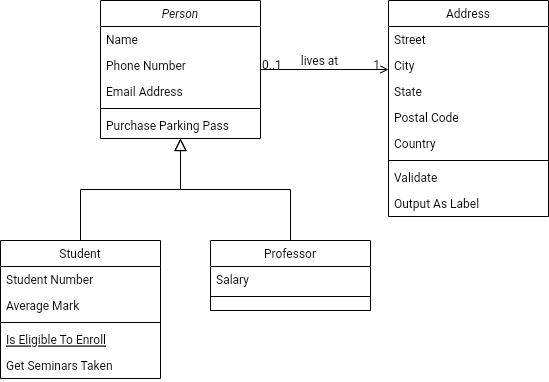
This is HNGx2UML.drawio.png from phurhard/HNGx2, a draw.io export, as it was before one commit. Source tidied: cells renumbered, new cells last; positions are measured from the earlier drawing's top-left corner, leaving out a move shared by most shapes.
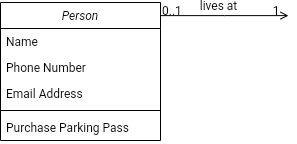
The same diagram one commit later.

The edit, as a diff of the source:
```diff
@@ -20,68 +20,9 @@
     <mxCell id="7" value="Purchase Parking Pass" style="text;align=left;verticalAlign=top;spacingLeft=4;spacingRight=4;overflow=hidden;" parent="2" vertex="1">
       <mxGeometry y="112" width="160" height="26" as="geometry" />
     </mxCell>
-    <mxCell id="8" value="Student" style="swimlane;fontStyle=0;align=center;verticalAlign=top;horizontal=1;startSize=26;rounded=0;shadow=0;strokeWidth=1;" parent="1" vertex="1">
-      <mxGeometry y="240" width="160" height="138" as="geometry" />
-    </mxCell>
-    <mxCell id="9" value="Student Number" style="text;align=left;verticalAlign=top;spacingLeft=4;spacingRight=4;overflow=hidden;" parent="8" vertex="1">
-      <mxGeometry y="26" width="160" height="26" as="geometry" />
-    </mxCell>
-    <mxCell id="10" value="Average Mark" style="text;align=left;verticalAlign=top;spacingLeft=4;spacingRight=4;overflow=hidden;rounded=0;shadow=0;html=0;" parent="8" vertex="1">
-      <mxGeometry y="52" width="160" height="26" as="geometry" />
-    </mxCell>
-    <mxCell id="11" style="line;html=1;strokeWidth=1;align=left;verticalAlign=middle;spacingTop=-1;spacingLeft=3;spacingRight=3;labelPosition=right;" parent="8" vertex="1">
-      <mxGeometry y="78" width="160" height="8" as="geometry" />
-    </mxCell>
-    <mxCell id="12" value="Is Eligible To Enroll" style="text;align=left;verticalAlign=top;spacingLeft=4;spacingRight=4;overflow=hidden;fontStyle=4;" parent="8" vertex="1">
-      <mxGeometry y="86" width="160" height="26" as="geometry" />
-    </mxCell>
-    <mxCell id="13" value="Get Seminars Taken" style="text;align=left;verticalAlign=top;spacingLeft=4;spacingRight=4;overflow=hidden;" parent="8" vertex="1">
-      <mxGeometry y="112" width="160" height="26" as="geometry" />
-    </mxCell>
-    <mxCell id="14" style="endArrow=block;endSize=10;endFill=0;shadow=0;strokeWidth=1;rounded=0;edgeStyle=elbowEdgeStyle;elbow=vertical;" parent="1" edge="1" source="8" target="2">
-      <mxGeometry relative="1" as="geometry" />
-    </mxCell>
-    <mxCell id="15" value="Professor" style="swimlane;fontStyle=0;align=center;verticalAlign=top;horizontal=1;startSize=26;rounded=0;shadow=0;strokeWidth=1;" parent="1" vertex="1">
-      <mxGeometry x="210" y="240" width="160" height="70" as="geometry" />
-    </mxCell>
-    <mxCell id="16" value="Salary" style="text;align=left;verticalAlign=top;spacingLeft=4;spacingRight=4;overflow=hidden;" parent="15" vertex="1">
-      <mxGeometry y="26" width="160" height="26" as="geometry" />
-    </mxCell>
-    <mxCell id="17" style="line;html=1;strokeWidth=1;align=left;verticalAlign=middle;spacingTop=-1;spacingLeft=3;spacingRight=3;labelPosition=right;" parent="15" vertex="1">
-      <mxGeometry y="52" width="160" height="8" as="geometry" />
-    </mxCell>
-    <mxCell id="18" style="endArrow=block;endSize=10;endFill=0;shadow=0;strokeWidth=1;rounded=0;edgeStyle=elbowEdgeStyle;elbow=vertical;" parent="1" edge="1" source="15" target="2">
-      <mxGeometry relative="1" as="geometry" />
-    </mxCell>
-    <mxCell id="19" value="Address" style="swimlane;fontStyle=0;align=center;verticalAlign=top;horizontal=1;startSize=26;rounded=0;shadow=0;strokeWidth=1;" parent="1" vertex="1">
-      <mxGeometry x="388" width="160" height="216" as="geometry" />
-    </mxCell>
-    <mxCell id="20" value="Street" style="text;align=left;verticalAlign=top;spacingLeft=4;spacingRight=4;overflow=hidden;" parent="19" vertex="1">
-      <mxGeometry y="26" width="160" height="26" as="geometry" />
-    </mxCell>
-    <mxCell id="21" value="City" style="text;align=left;verticalAlign=top;spacingLeft=4;spacingRight=4;overflow=hidden;rounded=0;shadow=0;html=0;" parent="19" vertex="1">
-      <mxGeometry y="52" width="160" height="26" as="geometry" />
-    </mxCell>
-    <mxCell id="22" value="State" style="text;align=left;verticalAlign=top;spacingLeft=4;spacingRight=4;overflow=hidden;rounded=0;shadow=0;html=0;" parent="19" vertex="1">
-      <mxGeometry y="78" width="160" height="26" as="geometry" />
-    </mxCell>
-    <mxCell id="23" value="Postal Code" style="text;align=left;verticalAlign=top;spacingLeft=4;spacingRight=4;overflow=hidden;rounded=0;shadow=0;html=0;" parent="19" vertex="1">
-      <mxGeometry y="104" width="160" height="26" as="geometry" />
-    </mxCell>
-    <mxCell id="24" value="Country" style="text;align=left;verticalAlign=top;spacingLeft=4;spacingRight=4;overflow=hidden;rounded=0;shadow=0;html=0;" parent="19" vertex="1">
-      <mxGeometry y="130" width="160" height="26" as="geometry" />
-    </mxCell>
-    <mxCell id="25" style="line;html=1;strokeWidth=1;align=left;verticalAlign=middle;spacingTop=-1;spacingLeft=3;spacingRight=3;labelPosition=right;" parent="19" vertex="1">
-      <mxGeometry y="156" width="160" height="8" as="geometry" />
-    </mxCell>
-    <mxCell id="26" value="Validate" style="text;align=left;verticalAlign=top;spacingLeft=4;spacingRight=4;overflow=hidden;" parent="19" vertex="1">
-      <mxGeometry y="164" width="160" height="26" as="geometry" />
-    </mxCell>
-    <mxCell id="27" value="Output As Label" style="text;align=left;verticalAlign=top;spacingLeft=4;spacingRight=4;overflow=hidden;" parent="19" vertex="1">
-      <mxGeometry y="190" width="160" height="26" as="geometry" />
-    </mxCell>
-    <mxCell id="28" style="endArrow=open;shadow=0;strokeWidth=1;rounded=0;endFill=1;edgeStyle=elbowEdgeStyle;elbow=vertical;" parent="1" edge="1" source="2" target="19">
+    <mxCell id="28" style="endArrow=open;shadow=0;strokeWidth=1;rounded=0;endFill=1;edgeStyle=elbowEdgeStyle;elbow=vertical;" parent="1" edge="1" source="2">
       <mxGeometry x="0.5" y="41" relative="1" as="geometry">
+        <mxPoint x="388" y="13.1" as="targetPoint" />
         <mxPoint x="-40" y="32" as="offset" />
       </mxGeometry>
     </mxCell>
```
